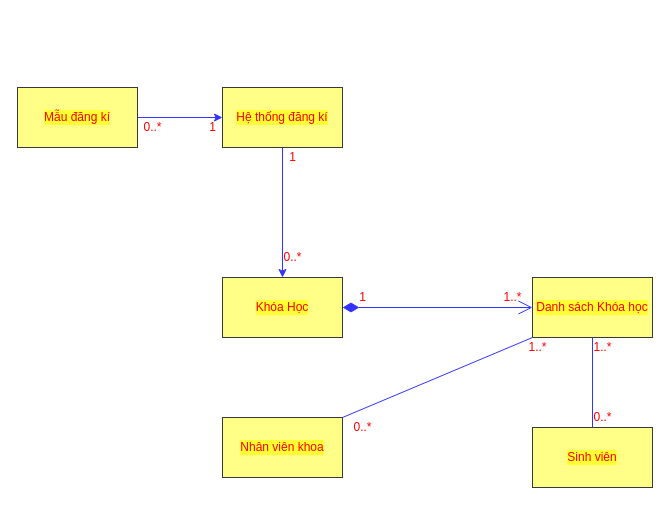
Before: page "lap1.1" (1 of 3) of src/lap1p2/lap1.drawio in HuynhMinh02/CongNghePhanMem, a draw.io diagram. Source tidied: cells renumbered, new cells numbered last; positions are measured from the earlier drawing's top-left corner, leaving out a move shared by most shapes. Both pictures are drawn from the tidied source at 100%, with x=0, y=0 at pixel (17, 87).
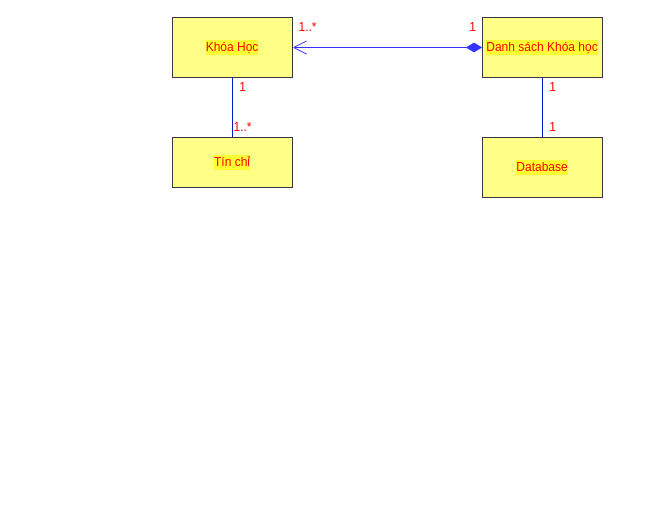
The same diagram, later.

Change to the diagram source:
```diff
@@
-    <mxCell id="2" style="edgeStyle=none;html=1;fontColor=#FF0000;strokeColor=#3333FF;entryX=0.5;entryY=0;entryDx=0;entryDy=0;exitX=0.5;exitY=1;exitDx=0;exitDy=0;" parent="1" edge="1" source="8" target="3">
-      <mxGeometry relative="1" as="geometry" />
-    </mxCell>
     <mxCell id="3" value="&lt;font color=&quot;#ff0000&quot;&gt;Khóa Học&lt;/font&gt;" style="rounded=0;whiteSpace=wrap;html=1;labelBackgroundColor=#FFFF33;strokeColor=#36393d;fillColor=#ffff88;" parent="1" vertex="1">
-      <mxGeometry x="205" y="190" width="120" height="60" as="geometry" />
+      <mxGeometry x="155" y="-70" width="120" height="60" as="geometry" />
     </mxCell>
-    <mxCell id="4" value="&lt;font color=&quot;#ff0000&quot;&gt;Sinh viên&lt;/font&gt;" style="rounded=0;whiteSpace=wrap;html=1;labelBackgroundColor=#FFFF33;strokeColor=#36393d;fillColor=#ffff88;" parent="1" vertex="1">
-      <mxGeometry x="515" y="340" width="120" height="60" as="geometry" />
+    <mxCell id="4" value="&lt;font color=&quot;#ff0000&quot;&gt;Tín chỉ&lt;/font&gt;" style="rounded=0;whiteSpace=wrap;html=1;labelBackgroundColor=#FFFF33;strokeColor=#36393d;fillColor=#ffff88;" parent="1" vertex="1">
+      <mxGeometry x="155" y="50" width="120" height="50" as="geometry" />
     </mxCell>
     <mxCell id="5" value="&lt;font color=&quot;#ff0000&quot;&gt;Danh sách Khóa học&lt;/font&gt;" style="rounded=0;whiteSpace=wrap;html=1;labelBackgroundColor=#FFFF33;strokeColor=#36393d;fillColor=#ffff88;" parent="1" vertex="1">
-      <mxGeometry x="515" y="190" width="120" height="60" as="geometry" />
+      <mxGeometry x="465" y="-70" width="120" height="60" as="geometry" />
     </mxCell>
-    <mxCell id="6" style="endArrow=open;html=1;endSize=12;startArrow=diamondThin;startSize=14;startFill=1;edgeStyle=orthogonalEdgeStyle;align=left;verticalAlign=bottom;fontColor=#FF0000;strokeColor=#3333FF;entryX=0;entryY=0.5;entryDx=0;entryDy=0;exitX=1;exitY=0.5;exitDx=0;exitDy=0;" parent="1" edge="1" source="3" target="5">
+    <mxCell id="6" style="endArrow=open;html=1;endSize=12;startArrow=diamondThin;startSize=14;startFill=1;edgeStyle=orthogonalEdgeStyle;align=left;verticalAlign=bottom;fontColor=#FF0000;strokeColor=#3333FF;exitX=0;exitY=0.5;exitDx=0;exitDy=0;" parent="1" edge="1" source="5">
       <mxGeometry x="-1" y="3" relative="1" as="geometry">
-        <Array as="points">
-          <mxPoint x="325" y="220" />
-        </Array>
+        <mxPoint x="275" y="-40" as="targetPoint" />
       </mxGeometry>
     </mxCell>
-    <mxCell id="7" style="edgeStyle=none;html=1;fontColor=#FF0000;strokeColor=#3333FF;exitX=1;exitY=0.5;exitDx=0;exitDy=0;entryX=0;entryY=0.5;entryDx=0;entryDy=0;" parent="1" edge="1" source="12" target="8">
-      <mxGeometry relative="1" as="geometry" />
-    </mxCell>
-    <mxCell id="8" value="&lt;font color=&quot;#ff0000&quot;&gt;Hệ thống đăng kí&lt;/font&gt;" style="rounded=0;whiteSpace=wrap;html=1;labelBackgroundColor=#FFFF33;strokeColor=#36393d;fillColor=#ffff88;" parent="1" vertex="1">
-      <mxGeometry x="205" width="120" height="60" as="geometry" />
-    </mxCell>
-    <mxCell id="9" style="endArrow=none;html=1;fontColor=#FF0000;strokeColor=#3333FF;exitX=0.5;exitY=0;exitDx=0;exitDy=0;entryX=0.5;entryY=1;entryDx=0;entryDy=0;" parent="1" edge="1" source="4" target="5">
-      <mxGeometry relative="1" as="geometry" />
-    </mxCell>
-    <mxCell id="10" value="1" style="text;html=1;align=center;verticalAlign=middle;strokeColor=none;fillColor=none;fontColor=#FF0000;" parent="1" vertex="1">
-      <mxGeometry x="265" y="60" width="20" height="20" as="geometry" />
-    </mxCell>
-    <mxCell id="11" value="0..*" style="text;html=1;align=center;verticalAlign=middle;strokeColor=none;fillColor=none;fontColor=#FF0000;" parent="1" vertex="1">
-      <mxGeometry x="260" y="160" width="30" height="20" as="geometry" />
-    </mxCell>
-    <mxCell id="12" value="&lt;font color=&quot;#ff0000&quot;&gt;Mẫu đăng kí&lt;/font&gt;" style="rounded=0;whiteSpace=wrap;html=1;labelBackgroundColor=#FFFF33;strokeColor=#36393d;fillColor=#ffff88;" parent="1" vertex="1">
-      <mxGeometry width="120" height="60" as="geometry" />
-    </mxCell>
-    <mxCell id="13" value="0..*" style="text;html=1;align=center;verticalAlign=middle;strokeColor=none;fillColor=none;fontColor=#FF0000;" parent="1" vertex="1">
-      <mxGeometry x="120" y="30" width="30" height="20" as="geometry" />
-    </mxCell>
-    <mxCell id="14" value="1" style="text;html=1;align=center;verticalAlign=middle;strokeColor=none;fillColor=none;fontColor=#FF0000;" parent="1" vertex="1">
-      <mxGeometry x="185" y="30" width="20" height="20" as="geometry" />
-    </mxCell>
-    <mxCell id="15" value="&lt;font color=&quot;#ff0000&quot;&gt;Nhân viên khoa&lt;/font&gt;" style="rounded=0;whiteSpace=wrap;html=1;labelBackgroundColor=#FFFF33;strokeColor=#36393d;fillColor=#ffff88;" parent="1" vertex="1">
-      <mxGeometry x="205" y="330" width="120" height="60" as="geometry" />
-    </mxCell>
     <mxCell id="16" value="1" style="text;html=1;align=center;verticalAlign=middle;strokeColor=none;fillColor=none;fontColor=#FF0000;" parent="1" vertex="1">
-      <mxGeometry x="335" y="200" width="20" height="20" as="geometry" />
+      <mxGeometry x="445" y="-70" width="20" height="20" as="geometry" />
     </mxCell>
     <mxCell id="17" value="1..*" style="text;html=1;align=center;verticalAlign=middle;strokeColor=none;fillColor=none;fontColor=#FF0000;" parent="1" vertex="1">
-      <mxGeometry x="480" y="200" width="30" height="20" as="geometry" />
+      <mxGeometry x="275" y="-70" width="30" height="20" as="geometry" />
     </mxCell>
-    <mxCell id="18" value="0..*" style="text;html=1;align=center;verticalAlign=middle;strokeColor=none;fillColor=none;fontColor=#FF0000;" parent="1" vertex="1">
-      <mxGeometry x="330" y="330" width="30" height="20" as="geometry" />
-    </mxCell>
-    <mxCell id="19" value="1..*" style="text;html=1;align=center;verticalAlign=middle;strokeColor=none;fillColor=none;fontColor=#FF0000;" parent="1" vertex="1">
-      <mxGeometry x="505" y="250" width="30" height="20" as="geometry" />
-    </mxCell>
-    <mxCell id="20" value="0..*" style="text;html=1;align=center;verticalAlign=middle;strokeColor=none;fillColor=none;fontColor=#FF0000;" parent="1" vertex="1">
-      <mxGeometry x="570" y="320" width="30" height="20" as="geometry" />
-    </mxCell>
-    <mxCell id="21" value="1..*" style="text;html=1;align=center;verticalAlign=middle;strokeColor=none;fillColor=none;fontColor=#FF0000;" parent="1" vertex="1">
-      <mxGeometry x="570" y="250" width="30" height="20" as="geometry" />
-    </mxCell>
-    <mxCell id="22" style="endArrow=none;html=1;fontColor=#FF0000;strokeColor=#3333FF;exitX=1;exitY=0;exitDx=0;exitDy=0;entryX=0;entryY=1;entryDx=0;entryDy=0;" parent="1" edge="1" source="15" target="5">
-      <mxGeometry relative="1" as="geometry" />
-    </mxCell>
+    <mxCell id="23" value="&lt;font color=&quot;#ff0000&quot;&gt;Database&lt;/font&gt;" style="rounded=0;whiteSpace=wrap;html=1;labelBackgroundColor=#FFFF33;strokeColor=#36393d;fillColor=#ffff88;" parent="1" vertex="1">
+      <mxGeometry x="465" y="50" width="120" height="60" as="geometry" />
+    </mxCell>
+    <mxCell id="24" style="endArrow=none;html=1;fontColor=#FF3333;exitX=0.5;exitY=0;exitDx=0;exitDy=0;entryX=0.5;entryY=1;entryDx=0;entryDy=0;fillColor=#0050ef;strokeColor=#001DBC;" parent="1" edge="1" source="23" target="5">
+      <mxGeometry relative="1" as="geometry" />
+    </mxCell>
+    <mxCell id="25" value="1" style="text;html=1;align=center;verticalAlign=middle;strokeColor=none;fillColor=none;fontColor=#FF0000;" parent="1" vertex="1">
+      <mxGeometry x="525" y="-10" width="20" height="20" as="geometry" />
+    </mxCell>
+    <mxCell id="26" value="1" style="text;html=1;align=center;verticalAlign=middle;strokeColor=none;fillColor=none;fontColor=#FF0000;" parent="1" vertex="1">
+      <mxGeometry x="525" y="30" width="20" height="20" as="geometry" />
+    </mxCell>
+    <mxCell id="27" value="1" style="text;html=1;align=center;verticalAlign=middle;strokeColor=none;fillColor=none;fontColor=#FF0000;" parent="1" vertex="1">
+      <mxGeometry x="215" y="-10" width="20" height="20" as="geometry" />
+    </mxCell>
+    <mxCell id="28" value="1..*" style="text;html=1;align=center;verticalAlign=middle;strokeColor=none;fillColor=none;fontColor=#FF0000;" parent="1" vertex="1">
+      <mxGeometry x="210" y="30" width="30" height="20" as="geometry" />
+    </mxCell>
+    <mxCell id="29" style="endArrow=none;html=1;fillColor=#0050ef;strokeColor=#001DBC;exitX=0.5;exitY=0;exitDx=0;exitDy=0;entryX=0.5;entryY=1;entryDx=0;entryDy=0;" parent="1" edge="1" source="4" target="3">
+      <mxGeometry relative="1" as="geometry" />
+    </mxCell>
```
